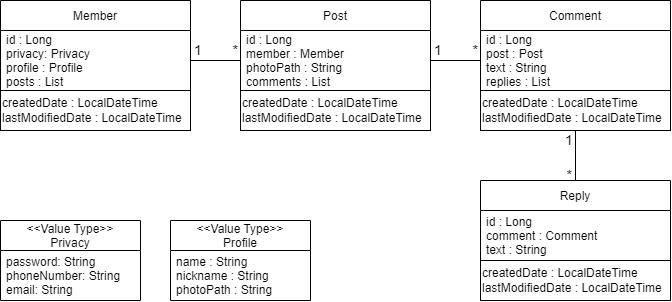
Above: Sprint1 Entity Class Diagram.drawio.png in JunYoung-C/Instagram (draw.io), before the change. Source tidied: cells renumbered, new cells last; positions are measured from the earlier drawing's top-left corner, leaving out a move shared by most shapes.
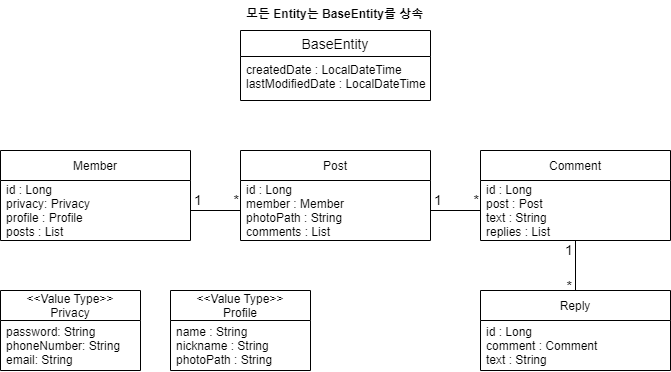
After the change.

What changed in the source:
```diff
@@ -3,41 +3,29 @@
     <mxCell id="0" />
     <mxCell id="1" parent="0" />
     <mxCell id="2" value="Comment" style="swimlane;fontStyle=0;horizontal=1;startSize=30;" parent="1" vertex="1">
-      <mxGeometry x="480" width="190" height="130" as="geometry" />
+      <mxGeometry x="480" y="80" width="190" height="90" as="geometry" />
     </mxCell>
     <mxCell id="3" value="id : Long&#10;post : Post&#10;text : String&#10;replies : List" style="text;strokeColor=none;fillColor=none;align=left;verticalAlign=middle;spacingLeft=4;spacingRight=4;overflow=hidden;points=[[0,0.5],[1,0.5]];portConstraint=eastwest;" parent="2" vertex="1">
       <mxGeometry y="30" width="190" height="60" as="geometry" />
     </mxCell>
-    <mxCell id="4" value="createdDate : LocalDateTime&lt;br&gt;lastModifiedDate : LocalDateTime" style="rounded=0;whiteSpace=wrap;html=1;shadow=0;align=left;" parent="2" vertex="1">
-      <mxGeometry y="90" width="190" height="40" as="geometry" />
-    </mxCell>
     <mxCell id="5" value="Member" style="swimlane;fontStyle=0;horizontal=1;startSize=30;" parent="1" vertex="1">
-      <mxGeometry width="190" height="130" as="geometry" />
+      <mxGeometry y="80" width="190" height="90" as="geometry" />
     </mxCell>
     <mxCell id="6" value="id : Long&#10;privacy: Privacy&#10;profile : Profile&#10;posts : List" style="text;strokeColor=none;fillColor=none;align=left;verticalAlign=middle;spacingLeft=4;spacingRight=4;overflow=hidden;points=[[0,0.5],[1,0.5]];portConstraint=eastwest;" parent="5" vertex="1">
       <mxGeometry y="30" width="190" height="60" as="geometry" />
     </mxCell>
-    <mxCell id="7" value="createdDate : LocalDateTime&lt;br&gt;lastModifiedDate : LocalDateTime" style="rounded=0;whiteSpace=wrap;html=1;shadow=0;align=left;" parent="5" vertex="1">
-      <mxGeometry y="90" width="190" height="40" as="geometry" />
-    </mxCell>
     <mxCell id="8" value="Post" style="swimlane;fontStyle=0;horizontal=1;startSize=30;" parent="1" vertex="1">
-      <mxGeometry x="240" width="190" height="130" as="geometry" />
+      <mxGeometry x="240" y="80" width="190" height="90" as="geometry" />
     </mxCell>
     <mxCell id="9" value="id : Long&#10;member : Member&#10;photoPath : String&#10;comments : List" style="text;strokeColor=none;fillColor=none;align=left;verticalAlign=middle;spacingLeft=4;spacingRight=4;overflow=hidden;points=[[0,0.5],[1,0.5]];portConstraint=eastwest;" parent="8" vertex="1">
       <mxGeometry y="30" width="190" height="60" as="geometry" />
     </mxCell>
-    <mxCell id="10" value="createdDate : LocalDateTime&lt;br&gt;lastModifiedDate : LocalDateTime" style="rounded=0;whiteSpace=wrap;html=1;shadow=0;align=left;" parent="8" vertex="1">
-      <mxGeometry y="90" width="190" height="40" as="geometry" />
-    </mxCell>
     <mxCell id="11" value="Reply" style="swimlane;fontStyle=0;horizontal=1;startSize=30;" parent="1" vertex="1">
-      <mxGeometry x="480" y="180" width="190" height="120" as="geometry" />
+      <mxGeometry x="480" y="220" width="190" height="80" as="geometry" />
     </mxCell>
     <mxCell id="12" value="id : Long&#10;comment : Comment&#10;text : String" style="text;strokeColor=none;fillColor=none;align=left;verticalAlign=middle;spacingLeft=4;spacingRight=4;overflow=hidden;" parent="11" vertex="1">
       <mxGeometry y="30" width="190" height="50" as="geometry" />
     </mxCell>
-    <mxCell id="13" value="createdDate : LocalDateTime&lt;br&gt;lastModifiedDate : LocalDateTime" style="rounded=0;whiteSpace=wrap;html=1;shadow=0;align=left;" parent="11" vertex="1">
-      <mxGeometry y="80" width="190" height="40" as="geometry" />
-    </mxCell>
     <mxCell id="14" value="&lt;&lt;Value Type&gt;&gt;&#10;Privacy" style="swimlane;fontStyle=0;horizontal=1;startSize=30;" parent="1" vertex="1">
       <mxGeometry y="220" width="140" height="80" as="geometry" />
     </mxCell>
@@ -89,5 +77,14 @@
         <mxPoint x="-3" y="5" as="offset" />
       </mxGeometry>
     </mxCell>
+    <mxCell id="27" value="BaseEntity" style="swimlane;fontStyle=0;horizontal=1;startSize=26;align=center;fontSize=14;" parent="1" vertex="1">
+      <mxGeometry x="240" y="-40" width="190" height="70" as="geometry" />
+    </mxCell>
+    <mxCell id="28" value="createdDate : LocalDateTime&#10;lastModifiedDate : LocalDateTime" style="text;strokeColor=none;fillColor=none;spacingLeft=4;spacingRight=4;overflow=hidden;fontSize=12;" parent="27" vertex="1">
+      <mxGeometry y="26" width="190" height="44" as="geometry" />
+    </mxCell>
+    <mxCell id="29" value="모든 Entity는 BaseEntity를 상속" style="text;strokeColor=none;fillColor=none;spacingLeft=4;spacingRight=4;overflow=hidden;fontSize=12;fontStyle=1;" parent="1" vertex="1">
+      <mxGeometry x="240" y="-70" width="190" height="30" as="geometry" />
+    </mxCell>
   </root>
 </mxGraphModel>
```
